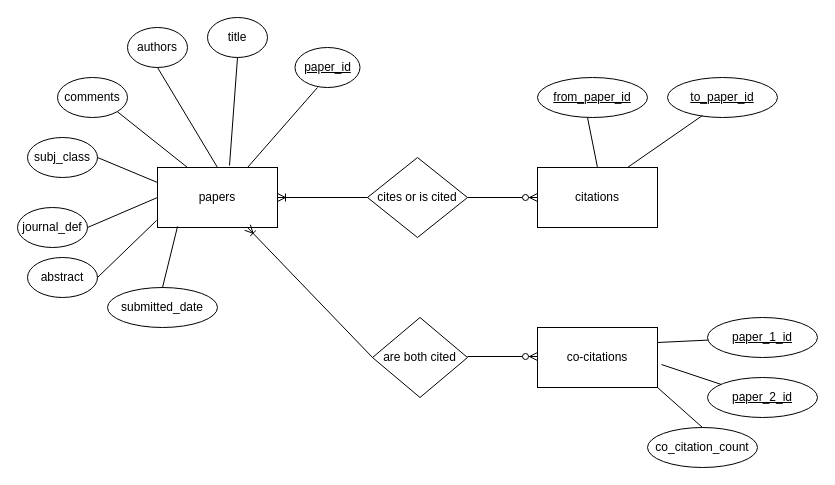
This is ER.drawio from huaihuaiweng/CS6400-project, a draw.io file, before an edit. Source tidied: cells renumbered, new cells numbered last; positions are measured from the earlier drawing's top-left corner, leaving out a move shared by most shapes. Both pictures are drawn from the tidied source at 100%, with x=0, y=0 at pixel (17, 17).
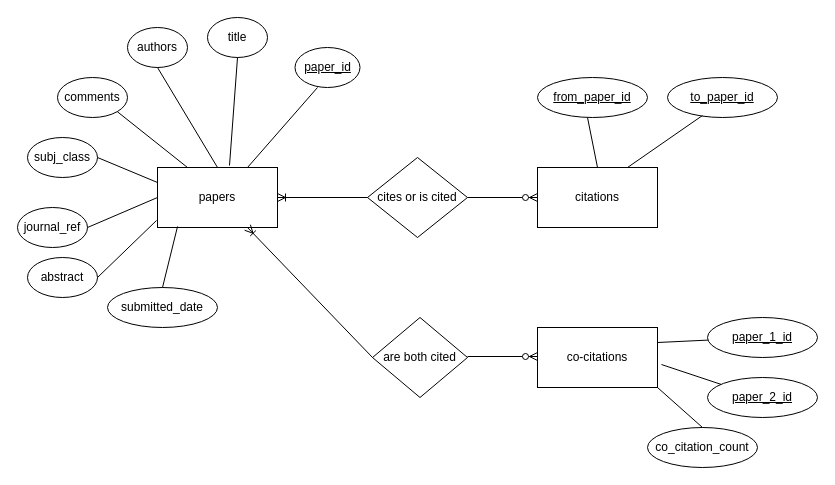
The same diagram, later.

Change to the diagram source:
```diff
@@
-    <mxCell id="11" value="journal_def" style="ellipse;whiteSpace=wrap;html=1;" parent="1" vertex="1">
+    <mxCell id="11" value="journal_ref" style="ellipse;whiteSpace=wrap;html=1;" parent="1" vertex="1">
       <mxGeometry y="190" width="70" height="40" as="geometry" />
     </mxCell>
```
